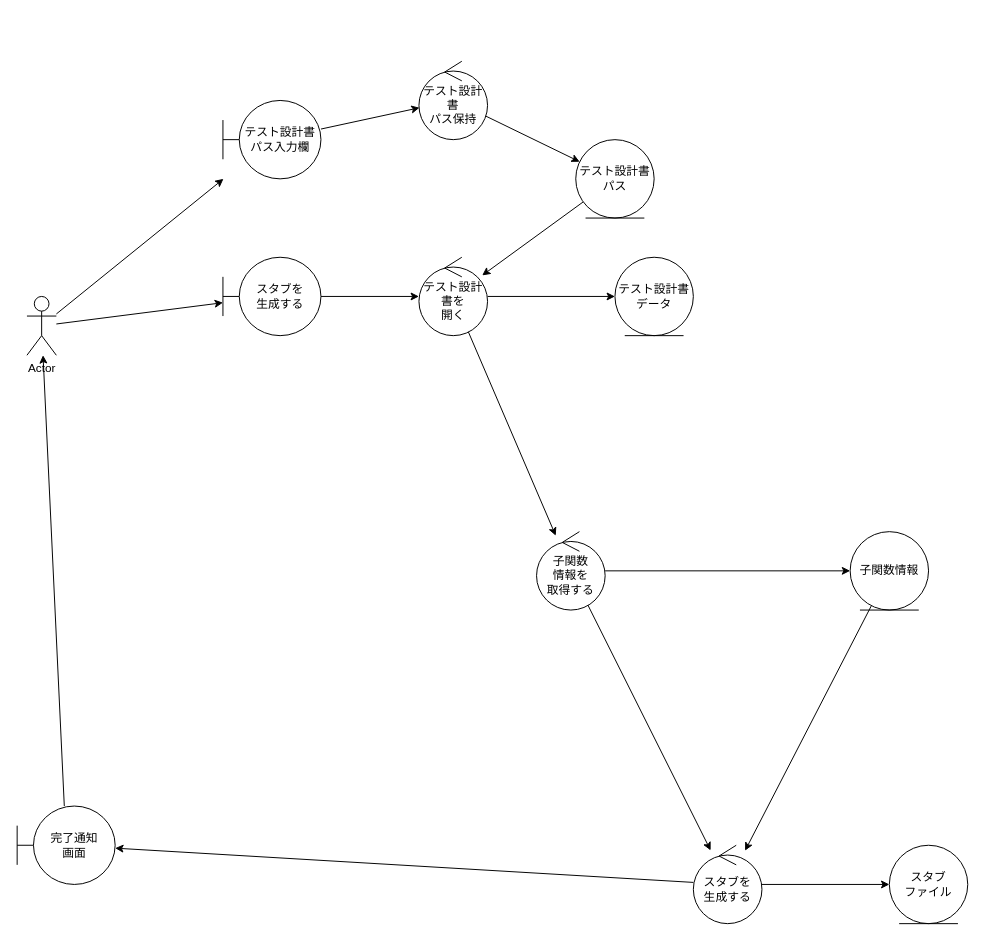
The draw.io diagram page "Robustness_002" (3 of 9) of AutoTestPrep/doc/design/AutoTestPrep.drawio in CountrySideEngineer/TestSupportTools, before the edit. Source tidied: cells renumbered, new cells numbered last; positions are measured from the earlier drawing's top-left corner, leaving out a move shared by most shapes. Both pictures are drawn from the tidied source at 98%, with x=0, y=0 at pixel (17, 61).
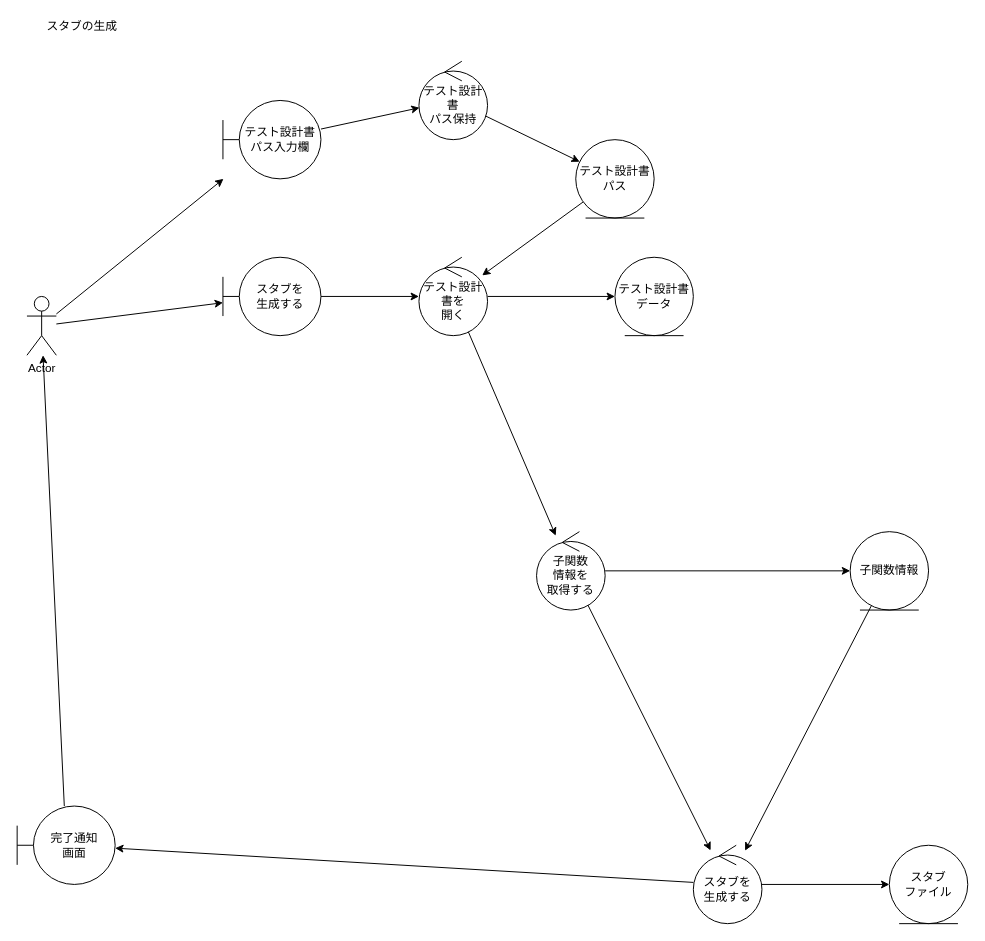
After the change.

Diff of the diagram source:
```diff
@@
+    <mxCell id="29" value="スタブの生成" style="text;html=1;align=center;verticalAlign=middle;" parent="1" vertex="1">
+      <mxGeometry x="21" y="-45" width="90" height="20" as="geometry" />
+    </mxCell>
```
